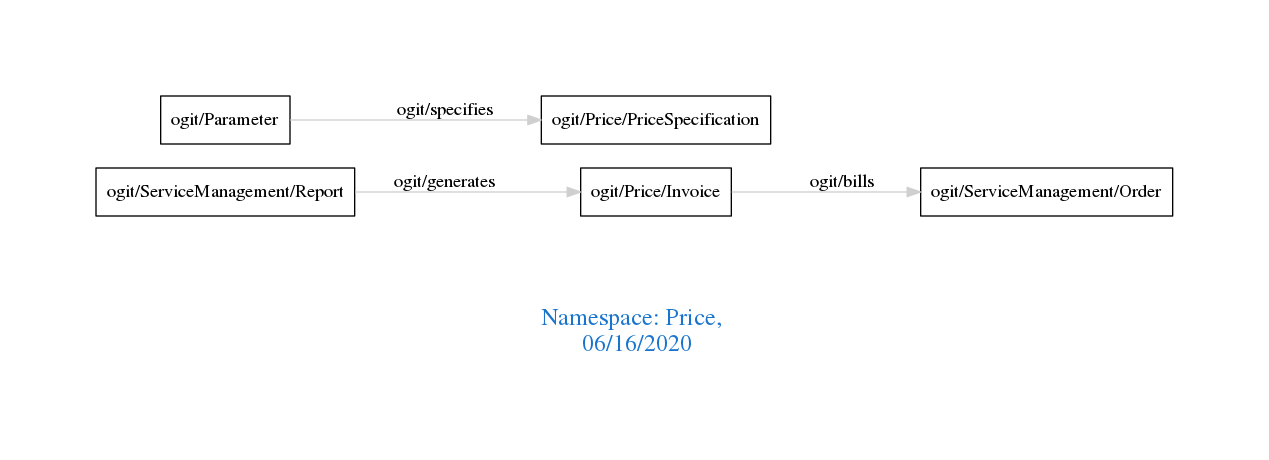
The Graphviz diagram downloads/Price.png in arago/OGIT, before a commit. Its source is kept beside it as downloads/Price.dot.
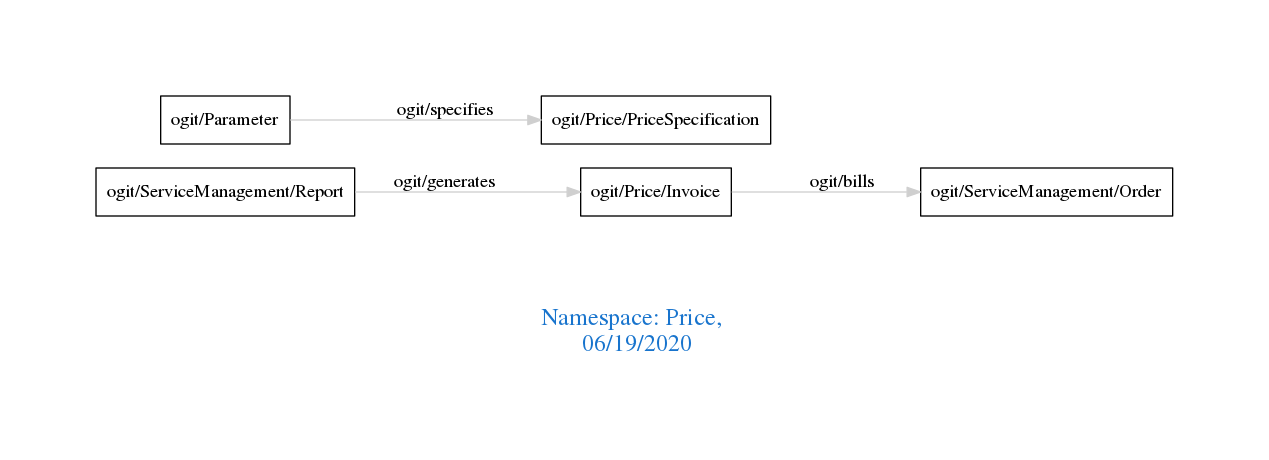
The same file after the commit.

Diff of the diagram source:
```diff
@@ -1,7 +1,7 @@
 digraph OGIT_ontology {
  graph [ rankdir= LR,pad=1
 fontsize = 18,
-fontcolor= dodgerblue3,label = "\n\n\nNamespace: Price, \n 06/16/2020"];
+fontcolor= dodgerblue3,label = "\n\n\nNamespace: Price, \n 06/19/2020"];
 node[shape=polygon];
 edge [  color="gray81"];
 
```
